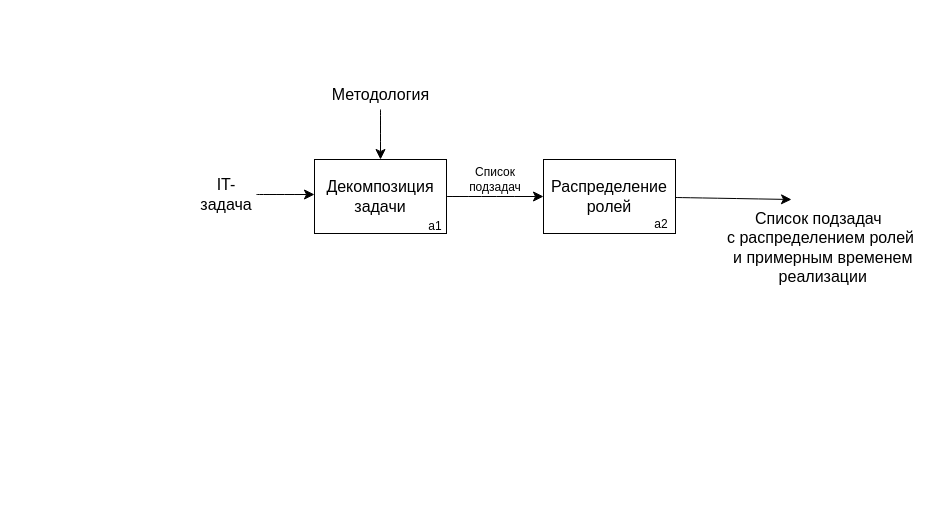
Earlier version of the draw.io diagram M1 Course/YPpSIS/Coursework/как должно быть.drawio (Lion120454/StudiesHUB). Source tidied: cells renumbered, new cells numbered last; positions are measured from the earlier drawing's top-left corner, leaving out a move shared by most shapes. Both pictures are drawn from the tidied source at 100%, with x=0, y=0 at pixel (196, 79).
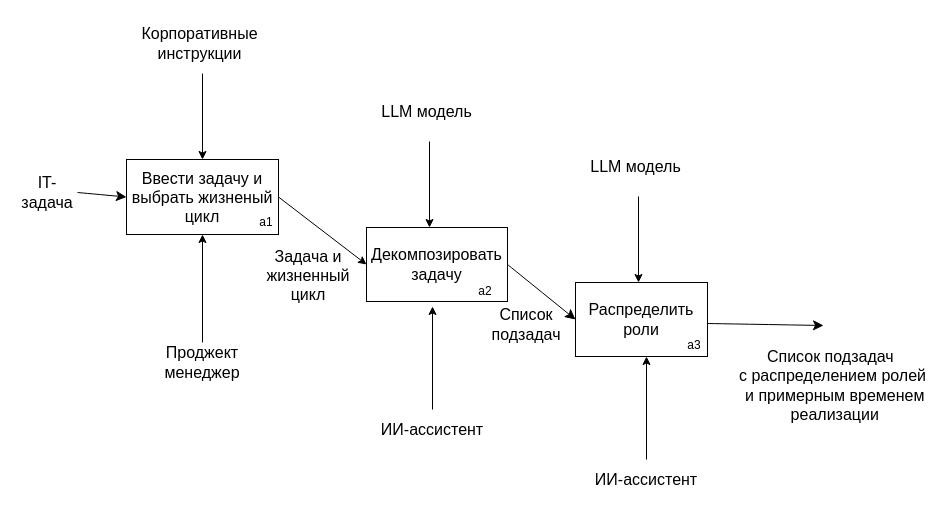
The same page after the edit.

The edit, as a diff of the source:
```diff
@@
     <mxCell id="2" value="IT-задача" style="text;html=1;whiteSpace=wrap;strokeColor=none;fillColor=none;align=center;verticalAlign=middle;rounded=0;fontSize=16;" parent="1" vertex="1">
-      <mxGeometry y="100" width="60" height="30" as="geometry" />
+      <mxGeometry x="-179" y="98" width="60" height="30" as="geometry" />
     </mxCell>
-    <mxCell id="3" style="endArrow=classic;html=1;rounded=0;fontSize=16;startSize=8;endSize=8;curved=1;exitX=1;exitY=0.5;exitDx=0;exitDy=0;" parent="1" edge="1" source="2">
-      <mxGeometry relative="1" as="geometry">
-        <mxPoint x="118" y="115" as="targetPoint" />
-      </mxGeometry>
+    <mxCell id="3" style="endArrow=classic;html=1;rounded=0;fontSize=16;startSize=8;endSize=8;curved=1;exitX=1;exitY=0.5;exitDx=0;exitDy=0;entryX=0;entryY=0.5;entryDx=0;entryDy=0;" parent="1" edge="1" source="2" target="14">
+      <mxGeometry relative="1" as="geometry" />
     </mxCell>
@@
-    <mxCell id="5" value="Декомпозиция задачи" style="rounded=0;whiteSpace=wrap;html=1;fontSize=16;" parent="1" vertex="1">
-      <mxGeometry x="118" y="80" width="132" height="74" as="geometry" />
+    <mxCell id="5" value="Декомпозировать задачу" style="rounded=0;whiteSpace=wrap;html=1;fontSize=16;" parent="1" vertex="1">
+      <mxGeometry x="170" y="148" width="141" height="74" as="geometry" />
     </mxCell>
     <mxCell id="6" style="endArrow=classic;html=1;rounded=0;fontSize=16;startSize=8;endSize=8;curved=1;exitX=1;exitY=0.5;exitDx=0;exitDy=0;" parent="1" edge="1">
       <mxGeometry relative="1" as="geometry">
-        <mxPoint x="479" y="118" as="sourcePoint" />
-        <mxPoint x="595" y="120" as="targetPoint" />
+        <mxPoint x="511" y="244" as="sourcePoint" />
+        <mxPoint x="627" y="246" as="targetPoint" />
       </mxGeometry>
     </mxCell>
-    <mxCell id="7" value="а1" style="text;html=1;whiteSpace=wrap;strokeColor=none;fillColor=none;align=center;verticalAlign=middle;rounded=0;" parent="1" vertex="1">
-      <mxGeometry x="209" y="132" width="60" height="30" as="geometry" />
-    </mxCell>
     <mxCell id="8" value="&lt;span style=&quot;text-wrap-mode: nowrap; background-color: rgb(255, 255, 255);&quot;&gt;Список подзадач&amp;nbsp;&lt;/span&gt;&lt;div&gt;&lt;span style=&quot;text-wrap-mode: nowrap; background-color: rgb(255, 255, 255);&quot;&gt;с распределением ролей&lt;/span&gt;&lt;/div&gt;&lt;div&gt;&lt;span style=&quot;text-wrap-mode: nowrap; background-color: rgb(255, 255, 255);&quot;&gt;&amp;nbsp;и примерным временем&lt;/span&gt;&lt;/div&gt;&lt;div&gt;&lt;span style=&quot;text-wrap-mode: nowrap; background-color: rgb(255, 255, 255);&quot;&gt;&amp;nbsp;реализации&lt;/span&gt;&lt;/div&gt;" style="text;html=1;whiteSpace=wrap;strokeColor=none;fillColor=none;align=center;verticalAlign=middle;rounded=0;fontSize=16;" parent="1" vertex="1">
-      <mxGeometry x="524" y="120" width="201" height="95" as="geometry" />
+      <mxGeometry x="536" y="258" width="201" height="95" as="geometry" />
     </mxCell>
-    <mxCell id="9" value="Методология" style="text;html=1;whiteSpace=wrap;strokeColor=none;fillColor=none;align=center;verticalAlign=middle;rounded=0;fontSize=16;" parent="1" vertex="1">
-      <mxGeometry x="131.5" width="105" height="30" as="geometry" />
-    </mxCell>
-    <mxCell id="10" style="endArrow=classic;html=1;rounded=0;fontSize=12;startSize=8;endSize=8;curved=1;exitX=0.5;exitY=1;exitDx=0;exitDy=0;entryX=0.5;entryY=0;entryDx=0;entryDy=0;" parent="1" edge="1" source="9" target="5">
-      <mxGeometry relative="1" as="geometry" />
-    </mxCell>
-    <mxCell id="11" value="Распределение ролей" style="rounded=0;whiteSpace=wrap;html=1;fontSize=16;" parent="1" vertex="1">
-      <mxGeometry x="347" y="80" width="132" height="74" as="geometry" />
+    <mxCell id="11" value="Распределить роли" style="rounded=0;whiteSpace=wrap;html=1;fontSize=16;" parent="1" vertex="1">
+      <mxGeometry x="379" y="203" width="132" height="74" as="geometry" />
     </mxCell>
     <mxCell id="12" value="а2" style="text;html=1;whiteSpace=wrap;strokeColor=none;fillColor=none;align=center;verticalAlign=middle;rounded=0;" parent="1" vertex="1">
-      <mxGeometry x="435" y="130" width="60" height="30" as="geometry" />
+      <mxGeometry x="259" y="197" width="60" height="30" as="geometry" />
     </mxCell>
-    <mxCell id="13" value="Список подзадач" style="text;html=1;whiteSpace=wrap;strokeColor=none;fillColor=none;align=center;verticalAlign=middle;rounded=0;" parent="1" vertex="1">
-      <mxGeometry x="269" y="85" width="60" height="30" as="geometry" />
+    <mxCell id="13" value="&lt;font style=&quot;font-size: 16px;&quot;&gt;Список подзадач&lt;/font&gt;" style="text;html=1;whiteSpace=wrap;strokeColor=none;fillColor=none;align=center;verticalAlign=middle;rounded=0;" parent="1" vertex="1">
+      <mxGeometry x="292" y="227" width="76" height="36" as="geometry" />
     </mxCell>
+    <mxCell id="14" value="&lt;font style=&quot;font-size: 16px;&quot;&gt;Ввести задачу и выбрать жизненый цикл&lt;/font&gt;" style="rounded=0;whiteSpace=wrap;html=1;" parent="1" vertex="1">
+      <mxGeometry x="-70" y="80" width="152" height="75" as="geometry" />
+    </mxCell>
+    <mxCell id="7" value="а1" style="text;html=1;whiteSpace=wrap;strokeColor=none;fillColor=none;align=center;verticalAlign=middle;rounded=0;" parent="1" vertex="1">
+      <mxGeometry x="40" y="128" width="60" height="30" as="geometry" />
+    </mxCell>
+    <mxCell id="15" value="а3" style="text;html=1;whiteSpace=wrap;strokeColor=none;fillColor=none;align=center;verticalAlign=middle;rounded=0;" parent="1" vertex="1">
+      <mxGeometry x="468" y="251" width="60" height="30" as="geometry" />
+    </mxCell>
+    <mxCell id="16" style="endArrow=classic;html=1;rounded=0;exitX=1;exitY=0.5;exitDx=0;exitDy=0;entryX=0;entryY=0.5;entryDx=0;entryDy=0;" parent="1" edge="1" source="14" target="5">
+      <mxGeometry relative="1" as="geometry" />
+    </mxCell>
+    <mxCell id="17" value="&lt;font style=&quot;font-size: 16px;&quot;&gt;Задача и жизненный цикл&lt;/font&gt;" style="text;html=1;whiteSpace=wrap;strokeColor=none;fillColor=none;align=center;verticalAlign=middle;rounded=0;" parent="1" vertex="1">
+      <mxGeometry x="67" y="165" width="90" height="62" as="geometry" />
+    </mxCell>
+    <mxCell id="18" style="endArrow=classic;html=1;rounded=0;entryX=0.5;entryY=1;entryDx=0;entryDy=0;exitX=0.5;exitY=0;exitDx=0;exitDy=0;" parent="1" edge="1" source="19" target="14">
+      <mxGeometry relative="1" as="geometry" />
+    </mxCell>
+    <mxCell id="19" value="&lt;font style=&quot;font-size: 16px;&quot;&gt;Проджект&lt;/font&gt;&lt;div&gt;&lt;font style=&quot;font-size: 16px;&quot;&gt;менеджер&lt;/font&gt;&lt;/div&gt;" style="text;html=1;whiteSpace=wrap;strokeColor=none;fillColor=none;align=center;verticalAlign=middle;rounded=0;" parent="1" vertex="1">
+      <mxGeometry x="-40" y="263" width="92" height="40" as="geometry" />
+    </mxCell>
+    <mxCell id="20" style="endArrow=classic;html=1;rounded=0;entryX=0.5;entryY=1;entryDx=0;entryDy=0;exitX=0.5;exitY=0;exitDx=0;exitDy=0;" parent="1" edge="1" source="21">
+      <mxGeometry relative="1" as="geometry">
+        <mxPoint x="236" y="227" as="targetPoint" />
+      </mxGeometry>
+    </mxCell>
+    <mxCell id="21" value="&lt;span style=&quot;font-size: 16px;&quot;&gt;ИИ-ассистент&lt;/span&gt;" style="text;html=1;whiteSpace=wrap;strokeColor=none;fillColor=none;align=center;verticalAlign=middle;rounded=0;" parent="1" vertex="1">
+      <mxGeometry x="180" y="330" width="112" height="40" as="geometry" />
+    </mxCell>
+    <mxCell id="22" style="endArrow=classic;html=1;rounded=0;entryX=0.5;entryY=1;entryDx=0;entryDy=0;exitX=0.5;exitY=0;exitDx=0;exitDy=0;" parent="1" edge="1" source="23">
+      <mxGeometry relative="1" as="geometry">
+        <mxPoint x="450" y="277" as="targetPoint" />
+      </mxGeometry>
+    </mxCell>
+    <mxCell id="23" value="&lt;span style=&quot;font-size: 16px;&quot;&gt;ИИ-ассистент&lt;/span&gt;" style="text;html=1;whiteSpace=wrap;strokeColor=none;fillColor=none;align=center;verticalAlign=middle;rounded=0;" parent="1" vertex="1">
+      <mxGeometry x="394" y="380" width="112" height="40" as="geometry" />
+    </mxCell>
+    <mxCell id="24" style="endArrow=classic;html=1;rounded=0;entryX=0.5;entryY=0;entryDx=0;entryDy=0;" parent="1" edge="1" target="14">
+      <mxGeometry relative="1" as="geometry">
+        <mxPoint x="6" y="-6" as="sourcePoint" />
+      </mxGeometry>
+    </mxCell>
+    <mxCell id="25" value="&lt;font style=&quot;font-size: 16px;&quot;&gt;Корпоративные инструкции&lt;/font&gt;" style="text;html=1;whiteSpace=wrap;strokeColor=none;fillColor=none;align=center;verticalAlign=middle;rounded=0;" parent="1" vertex="1">
+      <mxGeometry x="-82" y="-62" width="171" height="52" as="geometry" />
+    </mxCell>
+    <mxCell id="26" style="endArrow=classic;html=1;rounded=0;entryX=0.5;entryY=0;entryDx=0;entryDy=0;" parent="1" edge="1">
+      <mxGeometry relative="1" as="geometry">
+        <mxPoint x="233" y="62" as="sourcePoint" />
+        <mxPoint x="233" y="148" as="targetPoint" />
+      </mxGeometry>
+    </mxCell>
+    <mxCell id="27" value="&lt;span style=&quot;font-size: 16px;&quot;&gt;LLM модель&lt;/span&gt;" style="text;html=1;whiteSpace=wrap;strokeColor=none;fillColor=none;align=center;verticalAlign=middle;rounded=0;" parent="1" vertex="1">
+      <mxGeometry x="145" y="6" width="171" height="52" as="geometry" />
+    </mxCell>
+    <mxCell id="28" style="endArrow=classic;html=1;rounded=0;entryX=0.5;entryY=0;entryDx=0;entryDy=0;" parent="1" edge="1">
+      <mxGeometry relative="1" as="geometry">
+        <mxPoint x="442" y="117" as="sourcePoint" />
+        <mxPoint x="442" y="203" as="targetPoint" />
+      </mxGeometry>
+    </mxCell>
+    <mxCell id="29" value="&lt;span style=&quot;font-size: 16px;&quot;&gt;LLM модель&lt;/span&gt;" style="text;html=1;whiteSpace=wrap;strokeColor=none;fillColor=none;align=center;verticalAlign=middle;rounded=0;" parent="1" vertex="1">
+      <mxGeometry x="354" y="61" width="171" height="52" as="geometry" />
+    </mxCell>
```
